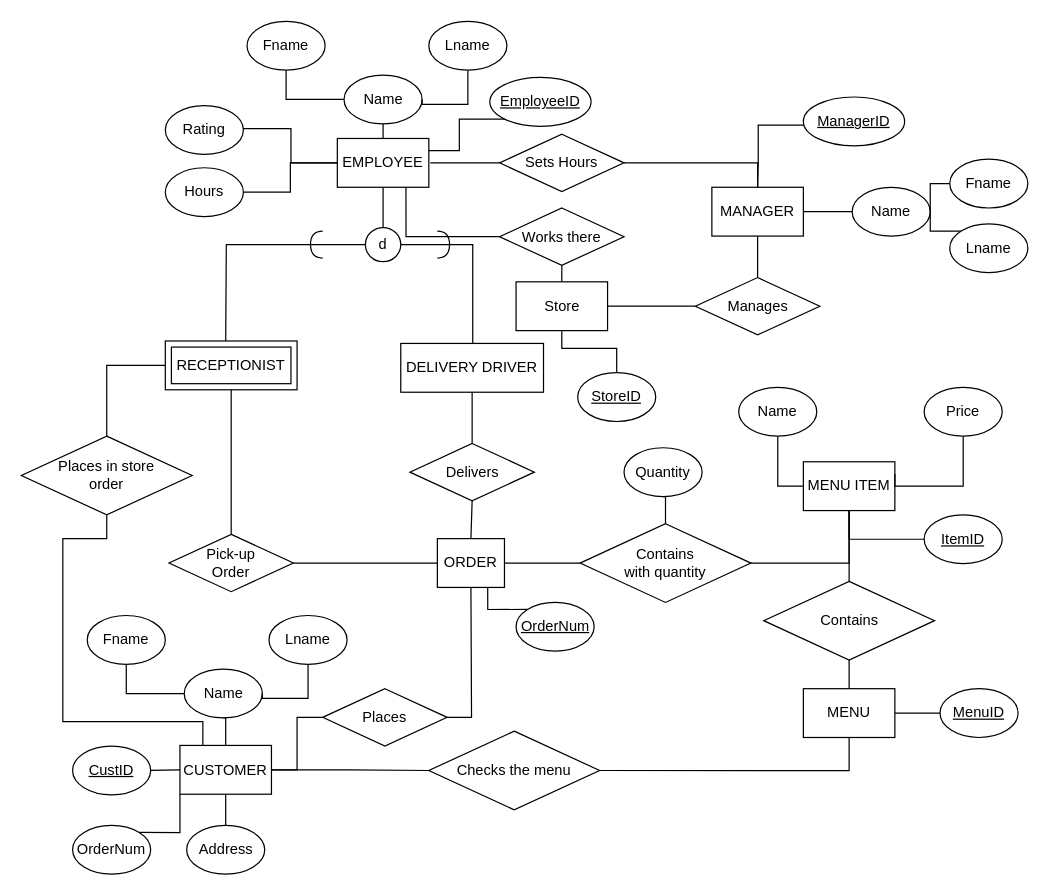
Earlier version of the draw.io diagram Enhanced Entity Relationship Diagram.drawio (hqiao8/Restaurant-Management-System). Source tidied: cells renumbered, new cells numbered last; positions are measured from the earlier drawing's top-left corner, leaving out a move shared by most shapes. Both pictures are drawn from the tidied source at 122%, with x=0, y=0 at pixel (21, 21).
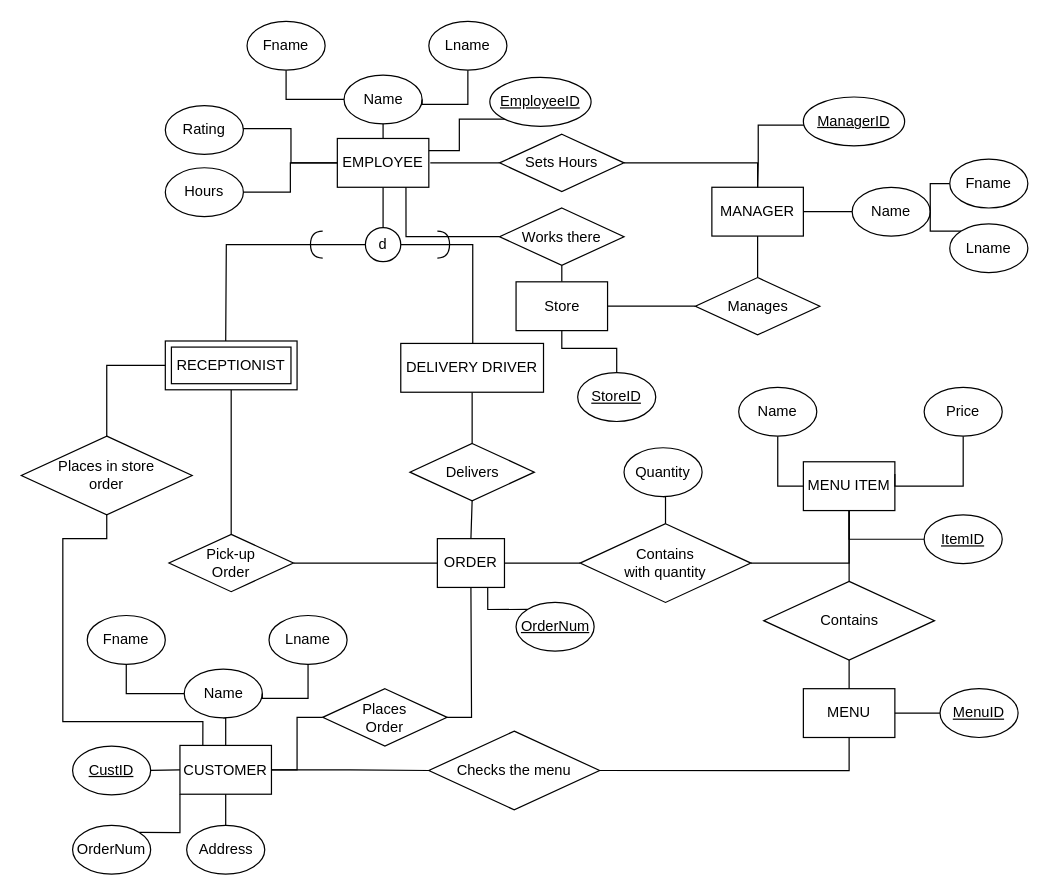
The same page after the edit.

Diff of the diagram source:
```diff
@@
-    <mxCell id="38" value="Places" style="shape=rhombus;perimeter=rhombusPerimeter;whiteSpace=wrap;html=1;align=center;fillColor=default;gradientColor=none;" parent="1" vertex="1">
+    <mxCell id="38" value="Places&lt;br&gt;Order" style="shape=rhombus;perimeter=rhombusPerimeter;whiteSpace=wrap;html=1;align=center;fillColor=default;gradientColor=none;" parent="1" vertex="1">
       <mxGeometry x="247" y="547" width="102" height="47" as="geometry" />
     </mxCell>
```
